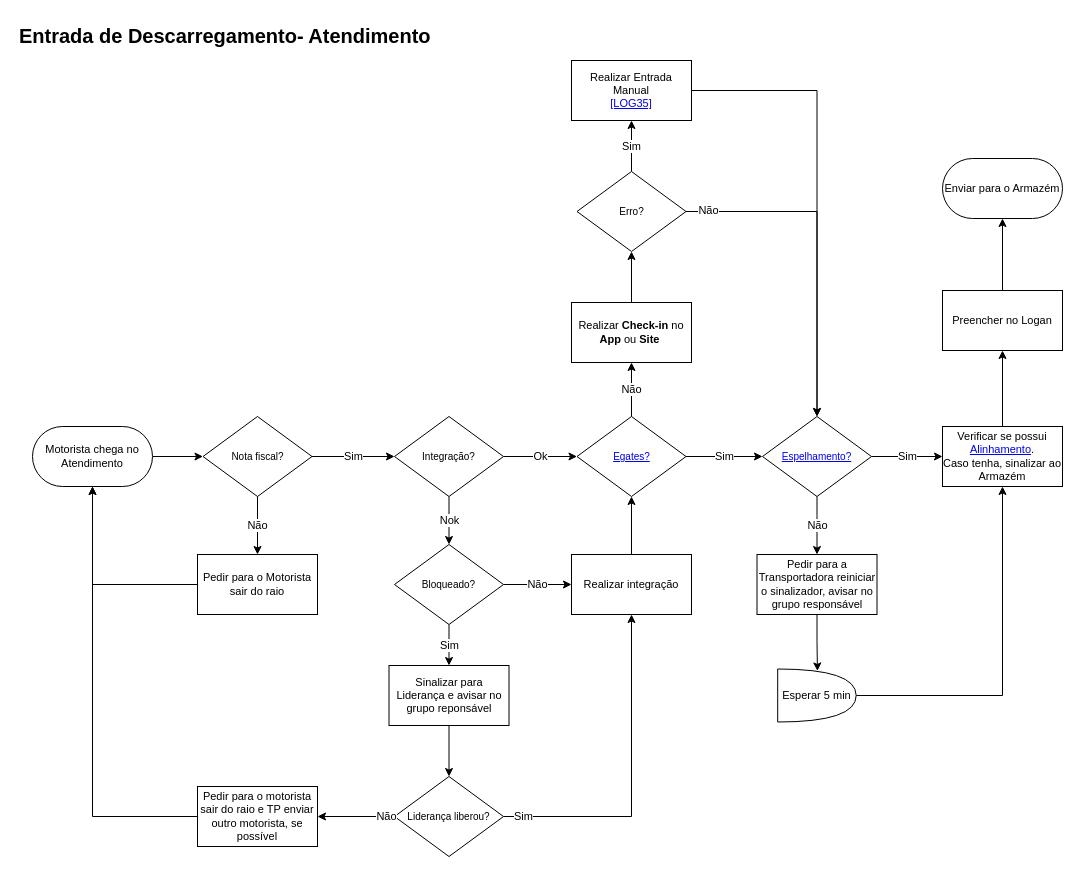
This is Descarregamento.drawio from VictorAlvesMatias/fluxogramas, a draw.io file, before an edit. Source tidied: cells renumbered, new cells numbered last; positions are measured from the earlier drawing's top-left corner, leaving out a move shared by most shapes. Both pictures are drawn from the tidied source at 100%, with x=0, y=0 at pixel (17, 17).
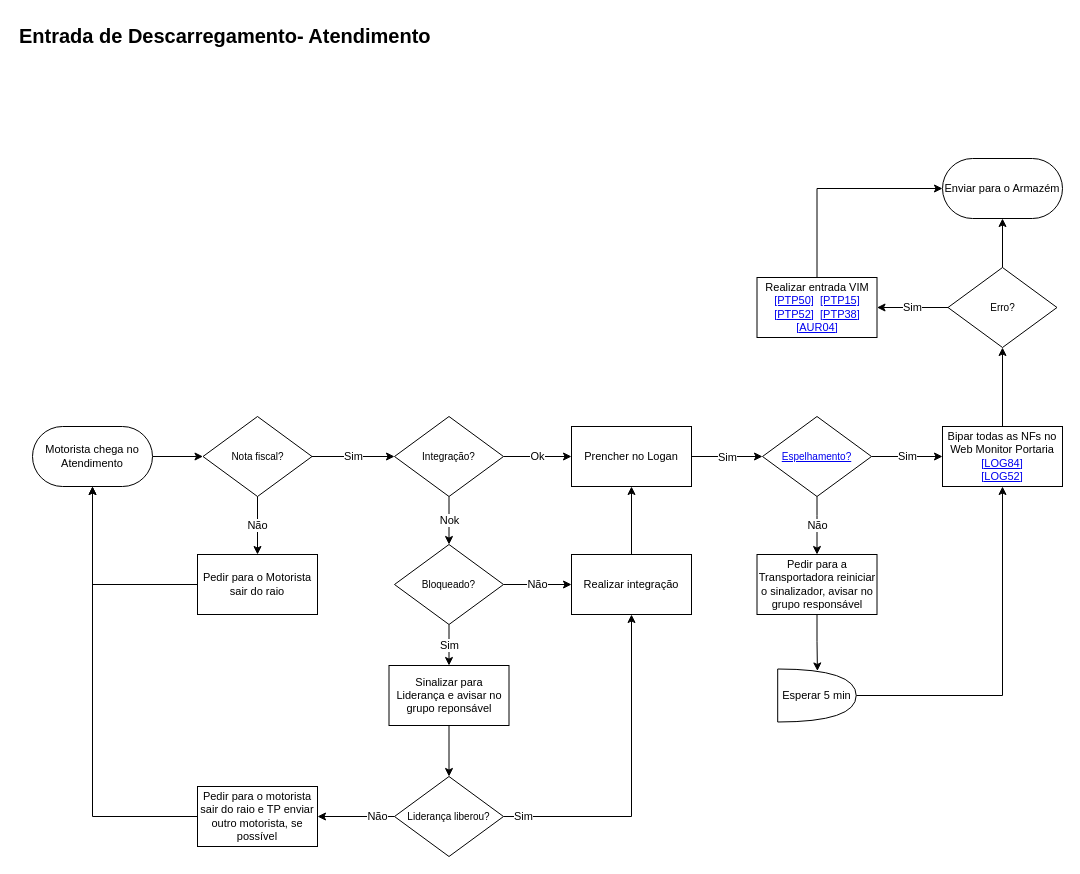
Above is the later version.

The change refers to these unchanged cells:
```xml
<mxCell id="17" value="&lt;a href=&quot;https://trackandtrace.com.br/core/monitoring/panel&quot;&gt;Espelhamento?&lt;/a&gt;" style="rhombus;whiteSpace=wrap;html=1;fontSize=10;" parent="1" vertex="1">
  <mxGeometry x="745" y="399" width="109" height="80" as="geometry" />
</mxCell>
<mxCell id="31" value="Integração?" style="rhombus;whiteSpace=wrap;html=1;fontSize=10;" parent="1" vertex="1">
  <mxGeometry x="377" y="399" width="109" height="80" as="geometry" />
</mxCell>
<mxCell id="36" value="Realizar integração" style="rounded=0;whiteSpace=wrap;html=1;fontSize=11;" parent="1" vertex="1">
  <mxGeometry x="554" y="537" width="120" height="60" as="geometry" />
</mxCell>
<mxCell id="48" value="Enviar para o Armazém" style="rounded=1;whiteSpace=wrap;html=1;arcSize=50;fontSize=11;" parent="1" vertex="1">
  <mxGeometry x="925" y="141" width="120" height="60" as="geometry" />
</mxCell>
```

The edit, as a diff of the source:
```diff
@@
-    <mxCell id="11" value="&lt;a href=&quot;https://egates.ambev.com.br/Movimentacoes/atendimentoEgates&quot;&gt;Egates?&lt;/a&gt;" style="rhombus;whiteSpace=wrap;html=1;fontSize=10;" parent="1" vertex="1">
-      <mxGeometry x="559.5" y="399" width="109" height="80" as="geometry" />
-    </mxCell>
-    <mxCell id="12" style="edgeStyle=orthogonalEdgeStyle;rounded=0;jettySize=auto;html=1;entryX=0.5;entryY=1;entryDx=0;entryDy=0;strokeColor=default;" parent="1" edge="1" source="13" target="24">
-      <mxGeometry relative="1" as="geometry" />
-    </mxCell>
-    <mxCell id="13" value="Realizar &lt;b&gt;Check-in&lt;/b&gt; no &lt;b&gt;App&lt;/b&gt; ou&amp;nbsp;&lt;b&gt;Site&amp;nbsp;&lt;/b&gt;" style="rounded=0;whiteSpace=wrap;html=1;fontSize=11;" parent="1" vertex="1">
-      <mxGeometry x="554" y="285" width="120" height="60" as="geometry" />
-    </mxCell>
-    <mxCell id="14" value="Não" style="edgeStyle=orthogonalEdgeStyle;rounded=0;jettySize=auto;html=1;entryX=0.5;entryY=1;entryDx=0;entryDy=0;strokeColor=#000000;exitX=0.5;exitY=0;exitDx=0;exitDy=0;" parent="1" edge="1" source="11" target="13">
-      <mxGeometry relative="1" as="geometry" />
-    </mxCell>
-    <mxCell id="15" value="Sim" style="edgeStyle=orthogonalEdgeStyle;rounded=0;jettySize=auto;html=1;entryX=0;entryY=0.5;entryDx=0;entryDy=0;strokeColor=#000000;exitX=1;exitY=0.5;exitDx=0;exitDy=0;" parent="1" edge="1" source="11">
+    <mxCell id="15" value="Sim" style="edgeStyle=orthogonalEdgeStyle;rounded=0;jettySize=auto;html=1;entryX=0;entryY=0.5;entryDx=0;entryDy=0;strokeColor=#000000;exitX=1;exitY=0.5;exitDx=0;exitDy=0;" parent="1" edge="1" source="51">
       <mxGeometry relative="1" as="geometry">
         <mxPoint x="745" y="439" as="targetPoint" />
       </mxGeometry>
     </mxCell>
@@
-    <mxCell id="21" value="Sim" style="edgeStyle=orthogonalEdgeStyle;rounded=0;jettySize=auto;html=1;" parent="1" edge="1" source="24">
-      <mxGeometry relative="1" as="geometry">
-        <mxPoint x="614" y="103" as="targetPoint" />
-      </mxGeometry>
-    </mxCell>
-    <mxCell id="22" style="edgeStyle=orthogonalEdgeStyle;rounded=0;jettySize=auto;html=1;entryX=0.5;entryY=0;entryDx=0;entryDy=0;" parent="1" edge="1" source="24" target="17">
-      <mxGeometry relative="1" as="geometry" />
-    </mxCell>
-    <mxCell id="23" value="Não" style="edgeLabel;html=1;align=center;verticalAlign=middle;" parent="22" vertex="1">
-      <mxGeometry x="-0.87" y="2" relative="1" as="geometry" />
-    </mxCell>
-    <mxCell id="24" value="Erro?" style="rhombus;whiteSpace=wrap;html=1;fontSize=10;" parent="1" vertex="1">
-      <mxGeometry x="559.5" y="154" width="109" height="80" as="geometry" />
-    </mxCell>
-    <mxCell id="25" style="edgeStyle=orthogonalEdgeStyle;rounded=0;jettySize=auto;html=1;entryX=0.5;entryY=0;entryDx=0;entryDy=0;exitX=1;exitY=0.5;exitDx=0;exitDy=0;" parent="1" edge="1" source="26" target="17">
-      <mxGeometry relative="1" as="geometry" />
-    </mxCell>
-    <mxCell id="26" value="Realizar Entrada Manual&lt;br&gt;&lt;a href=&quot;https://www.myworkday.com/abinbev/learning/course/d115937921451001034cfec96b960001?record=7cd7e49422c810011a0aaa4b39510000&amp;amp;type=9882927d138b100019b928e75843018d&quot;&gt;[LOG35]&lt;/a&gt;" style="rounded=0;whiteSpace=wrap;html=1;fontSize=11;" parent="1" vertex="1">
-      <mxGeometry x="554" y="43" width="120" height="60" as="geometry" />
-    </mxCell>
@@
-    <mxCell id="29" value="Ok" style="edgeStyle=orthogonalEdgeStyle;rounded=0;jettySize=auto;html=1;" parent="1" edge="1" source="31" target="11">
+    <mxCell id="29" value="Ok" style="edgeStyle=orthogonalEdgeStyle;rounded=0;jettySize=auto;html=1;entryX=0;entryY=0.5;entryDx=0;entryDy=0;" parent="1" edge="1" source="31" target="51">
       <mxGeometry relative="1" as="geometry" />
     </mxCell>
@@
-    <mxCell id="35" style="edgeStyle=orthogonalEdgeStyle;rounded=0;jettySize=auto;html=1;" parent="1" edge="1" source="36" target="11">
+    <mxCell id="35" style="edgeStyle=orthogonalEdgeStyle;rounded=0;jettySize=auto;html=1;" parent="1" edge="1" source="36" target="51">
       <mxGeometry relative="1" as="geometry" />
     </mxCell>
@@
     <mxCell id="45" value="Não" style="text;html=1;align=center;verticalAlign=middle;whiteSpace=wrap;rounded=0;fontFamily=Helvetica;fontSize=11;fontColor=default;labelBackgroundColor=default;" parent="1" vertex="1">
-      <mxGeometry x="359" y="793.5" width="21" height="11" as="geometry" />
+      <mxGeometry x="350" y="793.5" width="21" height="11" as="geometry" />
     </mxCell>
-    <mxCell id="46" style="edgeStyle=orthogonalEdgeStyle;rounded=0;jettySize=auto;html=1;strokeColor=default;align=center;verticalAlign=middle;fontFamily=Helvetica;fontSize=11;fontColor=default;labelBackgroundColor=default;endArrow=classic;entryX=0.5;entryY=1;entryDx=0;entryDy=0;" parent="1" edge="1" source="47" target="50">
+    <mxCell id="46" style="edgeStyle=orthogonalEdgeStyle;rounded=0;jettySize=auto;html=1;strokeColor=default;align=center;verticalAlign=middle;fontFamily=Helvetica;fontSize=11;fontColor=default;labelBackgroundColor=default;endArrow=classic;" parent="1" edge="1" source="47" target="24">
       <mxGeometry relative="1" as="geometry" />
     </mxCell>
-    <mxCell id="47" value="Verificar se possui &lt;a href=&quot;https://anheuserbuschinbev-my.sharepoint.com/:x:/r/personal/99821156_ambev_com_br/_layouts/15/doc2.aspx?sourcedoc=%7Bd540b165-c951-422d-8da9-9b79c941bcb3%7D&amp;amp;action=default&quot;&gt;Alinhamento&lt;/a&gt;.&lt;br&gt;Caso tenha, sinalizar ao Armazém" style="rounded=0;whiteSpace=wrap;html=1;fontSize=11;" parent="1" vertex="1">
+    <mxCell id="47" value="Bipar todas as NFs no Web Monitor Portaria&lt;br&gt;&lt;a href=&quot;https://www.myworkday.com/abinbev/learning/course/8eab13ef35b11001afdc347649320000?type=9882927d138b100019b928e75843018d&quot;&gt;[LOG84]&lt;/a&gt;&lt;br&gt;&lt;a href=&quot;https://www.myworkday.com/abinbev/learning/course/fcd0fd75a26610010342241d6f330000/lesson/d997d903489a1001f470061e09f50002?record=5b787190088810004d4c2b44a86f0000&amp;amp;type=9882927d138b100019b928e75843018d&quot;&gt;[LOG52]&lt;/a&gt;" style="rounded=0;whiteSpace=wrap;html=1;fontSize=11;" parent="1" vertex="1">
       <mxGeometry x="925" y="409" width="120" height="60" as="geometry" />
     </mxCell>
+    <mxCell id="51" value="Prencher no Logan" style="rounded=0;whiteSpace=wrap;html=1;fontSize=11;" parent="1" vertex="1">
+      <mxGeometry x="554" y="409" width="120" height="60" as="geometry" />
+    </mxCell>
+    <mxCell id="21" value="Sim" style="edgeStyle=orthogonalEdgeStyle;rounded=0;jettySize=auto;html=1;" parent="1" edge="1" source="24" target="54">
+      <mxGeometry relative="1" as="geometry" />
+    </mxCell>
+    <mxCell id="52" style="edgeStyle=orthogonalEdgeStyle;rounded=0;jettySize=auto;html=1;" parent="1" edge="1" source="24" target="48">
+      <mxGeometry relative="1" as="geometry" />
+    </mxCell>
+    <mxCell id="24" value="Erro?" style="rhombus;whiteSpace=wrap;html=1;fontSize=10;" parent="1" vertex="1">
+      <mxGeometry x="930.5" y="250" width="109" height="80" as="geometry" />
+    </mxCell>
+    <mxCell id="53" style="edgeStyle=orthogonalEdgeStyle;rounded=0;jettySize=auto;html=1;entryX=0;entryY=0.5;entryDx=0;entryDy=0;exitX=0.5;exitY=0;exitDx=0;exitDy=0;" parent="1" edge="1" source="54" target="48">
+      <mxGeometry relative="1" as="geometry">
+        <Array as="points">
+          <mxPoint x="799" y="171" />
+        </Array>
+      </mxGeometry>
+    </mxCell>
+    <mxCell id="54" value="Realizar entrada VIM&lt;div&gt;&lt;a href=&quot;https://www.myworkday.com/abinbev/d/inst/1$17816/17816$13113.htmld&quot;&gt;[PTP50]&lt;/a&gt;&amp;nbsp;&amp;nbsp;&lt;a href=&quot;https://www.myworkday.com/abinbev/d/inst/1$17816/17816$13059.htmld&quot;&gt;[PTP15]&lt;/a&gt;&lt;br&gt;&lt;a href=&quot;https://www.myworkday.com/abinbev/d/inst/1$17816/17816$13043.htmld&quot;&gt;[PTP52]&lt;/a&gt;&amp;nbsp; &lt;a href=&quot;https://www.myworkday.com/abinbev/d/inst/1$17816/17816$12971.htmld&quot;&gt;[PTP38]&lt;/a&gt;&lt;br&gt;&lt;a href=&quot;https://www.myworkday.com/abinbev/d/inst/1$17816/17816$18227.htmld&quot;&gt;[AUR04]&lt;/a&gt;&lt;br&gt;&lt;/div&gt;" style="rounded=0;whiteSpace=wrap;html=1;fontSize=11;" parent="1" vertex="1">
+      <mxGeometry x="739.5" y="260" width="120" height="60" as="geometry" />
+    </mxCell>
@@
-    <mxCell id="49" style="edgeStyle=orthogonalEdgeStyle;rounded=0;jettySize=auto;html=1;" parent="1" edge="1" source="50" target="48">
-      <mxGeometry relative="1" as="geometry" />
-    </mxCell>
-    <mxCell id="50" value="Preencher no Logan" style="rounded=0;whiteSpace=wrap;html=1;fontSize=11;" parent="1" vertex="1">
-      <mxGeometry x="925" y="273" width="120" height="60" as="geometry" />
-    </mxCell>
```
